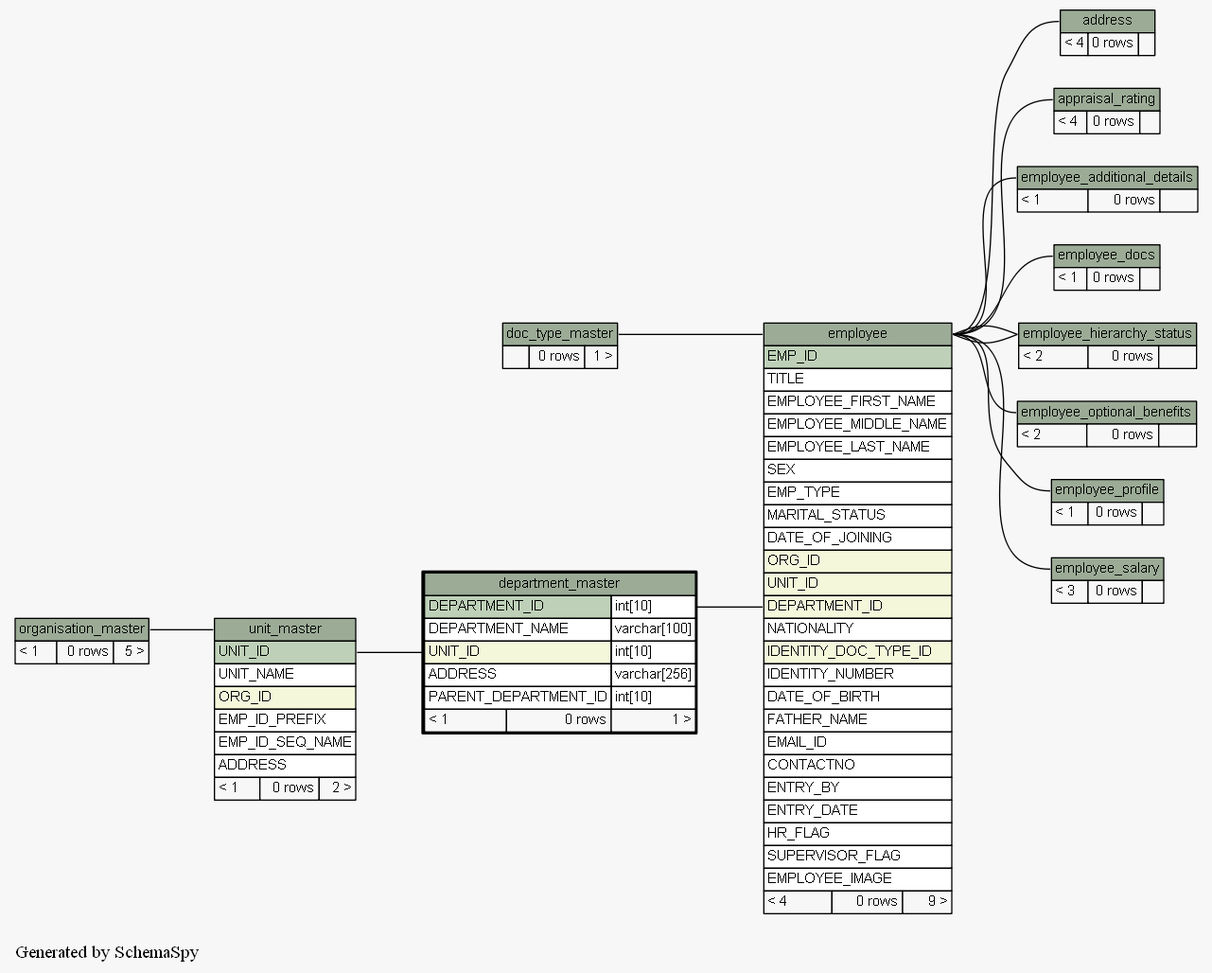
This is docs/database/schemaspy/graphs/department_master.2degrees.png from engineerscraft/hrms, a Graphviz export, as it was before one commit. Its source is kept beside it as docs/database/schemaspy/graphs/department_master.2degrees.dot.
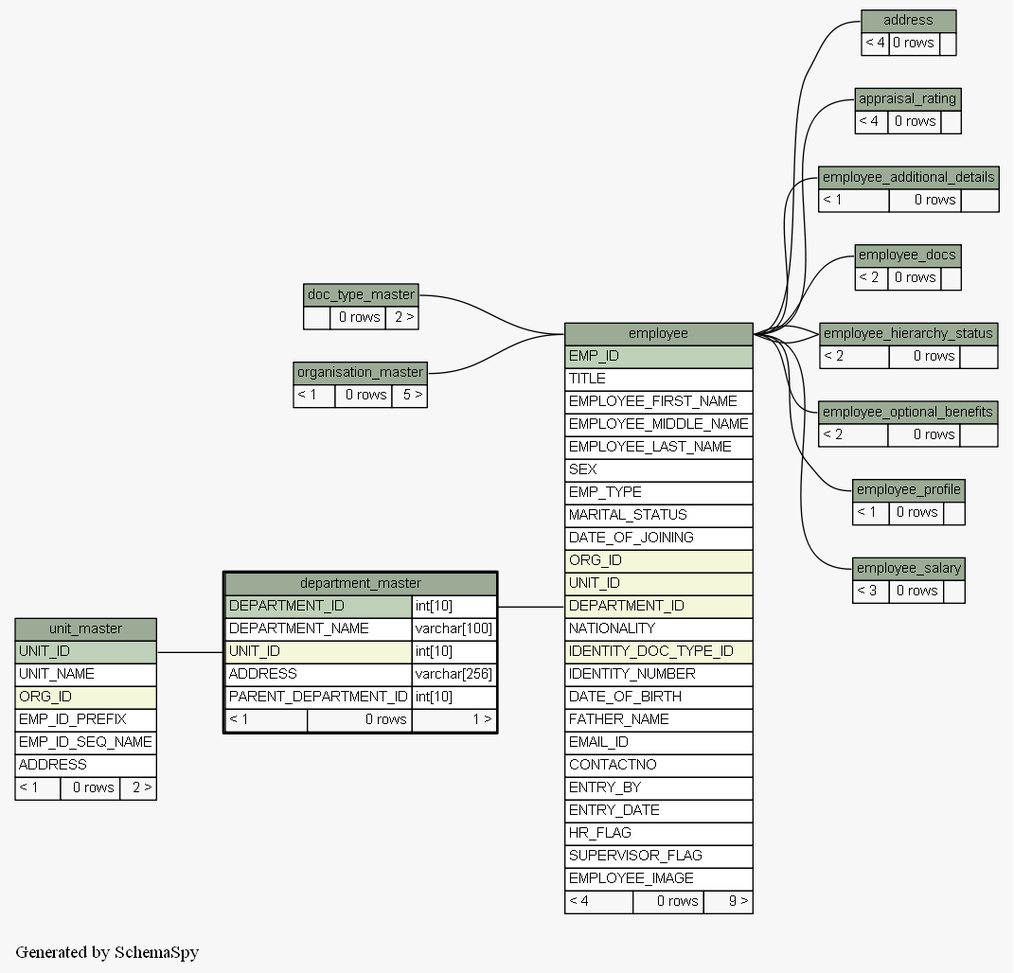
Later version of the same file.

The edit, as a diff of the source:
```diff
@@ -18,6 +18,7 @@
   "department_master":"UNIT_ID":w -> "unit_master":"UNIT_ID":e [arrowtail=crowodot arrowhead=none];
   "employee":"DEPARTMENT_ID":w -> "department_master":"DEPARTMENT_ID.type":e [arrowtail=crowodot arrowhead=none];
   "employee":"employee.heading":w -> "doc_type_master":"doc_type_master.heading":e [arrowtail=crowodot arrowhead=none];
+  "employee":"employee.heading":w -> "organisation_master":"organisation_master.heading":e [arrowtail=crowodot arrowhead=none];
   "employee_additional_details":"employee_additional_details.heading":w -> "employee":"employee.heading":e [arrowtail=tee arrowhead=none];
   "employee_docs":"employee_docs.heading":w -> "employee":"employee.heading":e [arrowtail=crowtee arrowhead=none];
   "employee_hierarchy_status":"employee_hierarchy_status.heading":w -> "employee":"employee.heading":e [arrowtail=tee arrowhead=none];
@@ -25,7 +26,6 @@
   "employee_optional_benefits":"employee_optional_benefits.heading":w -> "employee":"employee.heading":e [arrowtail=crowodot arrowhead=none];
   "employee_profile":"employee_profile.heading":w -> "employee":"employee.heading":e [arrowtail=tee arrowhead=none];
   "employee_salary":"employee_salary.heading":w -> "employee":"employee.heading":e [arrowtail=crowtee arrowhead=none];
-  "unit_master":"unit_master.heading":w -> "organisation_master":"organisation_master.heading":e [arrowtail=crowodot arrowhead=none];
   "address" [
     label=<
     <TABLE BORDER="0" CELLBORDER="1" CELLSPACING="0" BGCOLOR="#ffffff">
@@ -62,7 +62,7 @@
     label=<
     <TABLE BORDER="0" CELLBORDER="1" CELLSPACING="0" BGCOLOR="#ffffff">
       <TR><TD PORT="doc_type_master.heading" COLSPAN="3" BGCOLOR="#9bab96" ALIGN="CENTER">doc_type_master</TD></TR>
-      <TR><TD ALIGN="LEFT" BGCOLOR="#f7f7f7">  </TD><TD ALIGN="RIGHT" BGCOLOR="#f7f7f7">0 rows</TD><TD ALIGN="RIGHT" BGCOLOR="#f7f7f7">1 &gt;</TD></TR>
+      <TR><TD ALIGN="LEFT" BGCOLOR="#f7f7f7">  </TD><TD ALIGN="RIGHT" BGCOLOR="#f7f7f7">0 rows</TD><TD ALIGN="RIGHT" BGCOLOR="#f7f7f7">2 &gt;</TD></TR>
     </TABLE>>
     URL="doc_type_master.html#graph"
     tooltip="doc_type_master"
@@ -113,7 +113,7 @@
     label=<
     <TABLE BORDER="0" CELLBORDER="1" CELLSPACING="0" BGCOLOR="#ffffff">
       <TR><TD PORT="employee_docs.heading" COLSPAN="3" BGCOLOR="#9bab96" ALIGN="CENTER">employee_docs</TD></TR>
-      <TR><TD ALIGN="LEFT" BGCOLOR="#f7f7f7">&lt; 1</TD><TD ALIGN="RIGHT" BGCOLOR="#f7f7f7">0 rows</TD><TD ALIGN="RIGHT" BGCOLOR="#f7f7f7">  </TD></TR>
+      <TR><TD ALIGN="LEFT" BGCOLOR="#f7f7f7">&lt; 2</TD><TD ALIGN="RIGHT" BGCOLOR="#f7f7f7">0 rows</TD><TD ALIGN="RIGHT" BGCOLOR="#f7f7f7">  </TD></TR>
     </TABLE>>
     URL="employee_docs.html#graph"
     tooltip="employee_docs"
```
